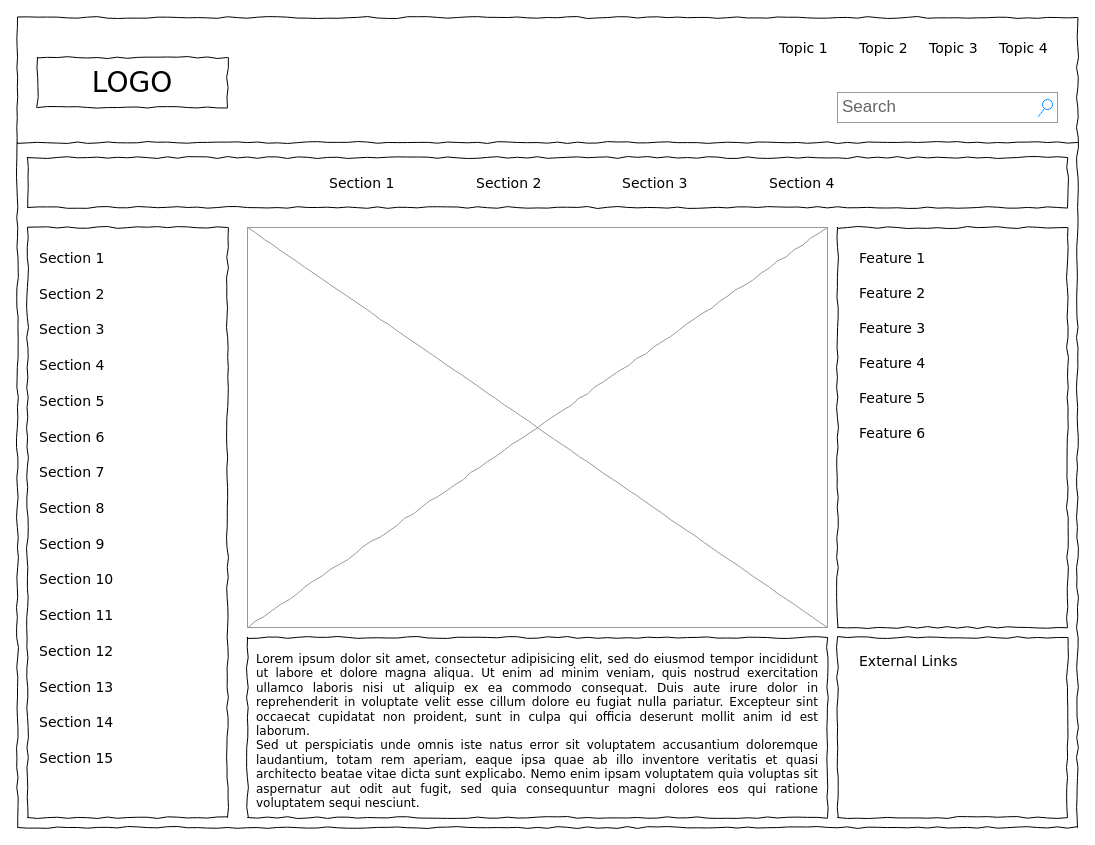
Earlier version of the draw.io diagram public/Untitled Diagram.drawio (jcannon04/code_playground). Source tidied: cells renumbered, new cells numbered last; positions are measured from the earlier drawing's top-left corner, leaving out a move shared by most shapes. Both pictures are drawn from the tidied source at 100%, with x=0, y=0 at pixel (17, 17).
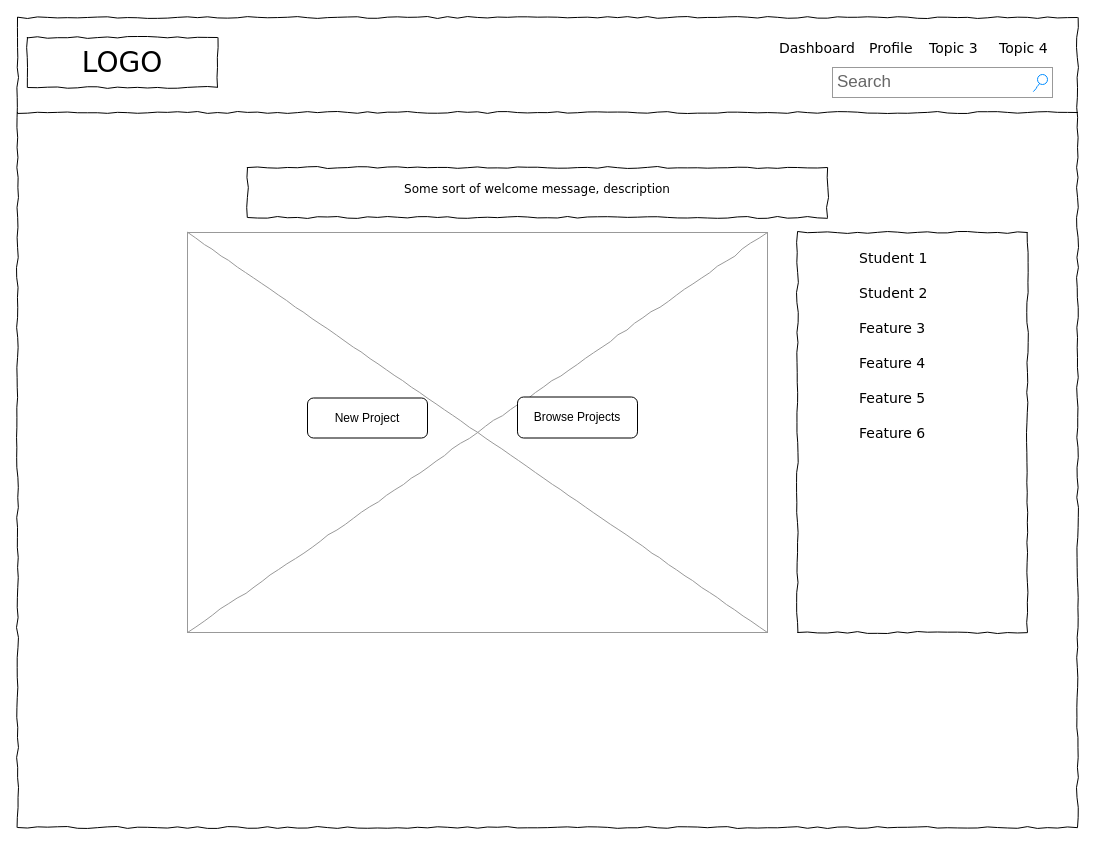
Above is the later version.

Diff of the diagram source:
```diff
@@
     <mxCell id="3" value="LOGO" style="whiteSpace=wrap;html=1;rounded=0;shadow=0;labelBackgroundColor=none;strokeWidth=1;fontFamily=Verdana;fontSize=28;align=center;comic=1;" parent="1" vertex="1">
-      <mxGeometry x="20" y="40" width="190" height="50" as="geometry" />
+      <mxGeometry x="10" y="20" width="190" height="50" as="geometry" />
     </mxCell>
     <mxCell id="4" value="Search" style="strokeWidth=1;shadow=0;dashed=0;align=center;html=1;shape=mxgraph.mockup.forms.searchBox;strokeColor=#999999;mainText=;strokeColor2=#008cff;fontColor=#666666;fontSize=17;align=left;spacingLeft=3;rounded=0;labelBackgroundColor=none;comic=1;" parent="1" vertex="1">
-      <mxGeometry x="820" y="75" width="220" height="30" as="geometry" />
+      <mxGeometry x="815" y="50" width="220" height="30" as="geometry" />
     </mxCell>
-    <mxCell id="5" value="Topic 1" style="text;html=1;align=left;verticalAlign=top;spacingTop=-4;fontSize=14;fontFamily=Verdana;" parent="1" vertex="1">
+    <mxCell id="5" value="Dashboard" style="text;html=1;align=left;verticalAlign=top;spacingTop=-4;fontSize=14;fontFamily=Verdana;" parent="1" vertex="1">
       <mxGeometry x="760" y="20" width="60" height="20" as="geometry" />
     </mxCell>
-    <mxCell id="6" value="Topic 2" style="text;html=1;align=left;verticalAlign=top;spacingTop=-4;fontSize=14;fontFamily=Verdana;" parent="1" vertex="1">
-      <mxGeometry x="840" y="20" width="60" height="20" as="geometry" />
+    <mxCell id="6" value="Profile" style="text;html=1;align=left;verticalAlign=top;spacingTop=-4;fontSize=14;fontFamily=Verdana;" parent="1" vertex="1">
+      <mxGeometry x="850" y="20" width="60" height="20" as="geometry" />
     </mxCell>
@@
-    <mxCell id="9" style="whiteSpace=wrap;html=1;rounded=0;shadow=0;labelBackgroundColor=none;strokeWidth=1;fillColor=none;fontFamily=Verdana;fontSize=12;align=center;comic=1;" parent="1" vertex="1">
-      <mxGeometry x="10" y="210" width="200" height="590" as="geometry" />
-    </mxCell>
     <mxCell id="10" style="line;strokeWidth=1;html=1;rounded=0;shadow=0;labelBackgroundColor=none;fillColor=none;fontFamily=Verdana;fontSize=14;fontColor=#000000;align=center;comic=1;" parent="1" vertex="1">
-      <mxGeometry y="120" width="1060" height="10" as="geometry" />
+      <mxGeometry y="60" width="1060" height="70" as="geometry" />
     </mxCell>
-    <mxCell id="11" style="whiteSpace=wrap;html=1;rounded=0;shadow=0;labelBackgroundColor=none;strokeWidth=1;fillColor=none;fontFamily=Verdana;fontSize=12;align=center;comic=1;" parent="1" vertex="1">
-      <mxGeometry x="10" y="140" width="1040" height="50" as="geometry" />
-    </mxCell>
-    <mxCell id="12" value="Section 1" style="text;html=1;align=left;verticalAlign=top;spacingTop=-4;fontSize=14;fontFamily=Verdana;" parent="1" vertex="1">
-      <mxGeometry x="310" y="155" width="60" height="20" as="geometry" />
-    </mxCell>
-    <mxCell id="13" value="Section 2" style="text;html=1;align=left;verticalAlign=top;spacingTop=-4;fontSize=14;fontFamily=Verdana;" parent="1" vertex="1">
-      <mxGeometry x="457" y="155" width="60" height="20" as="geometry" />
-    </mxCell>
-    <mxCell id="14" value="Section 3" style="text;html=1;align=left;verticalAlign=top;spacingTop=-4;fontSize=14;fontFamily=Verdana;" parent="1" vertex="1">
-      <mxGeometry x="603" y="155" width="60" height="20" as="geometry" />
-    </mxCell>
-    <mxCell id="15" value="Section 4" style="text;html=1;align=left;verticalAlign=top;spacingTop=-4;fontSize=14;fontFamily=Verdana;" parent="1" vertex="1">
-      <mxGeometry x="750" y="155" width="60" height="20" as="geometry" />
-    </mxCell>
-    <mxCell id="16" value="&lt;div style=&quot;text-align: justify&quot;&gt;&lt;span&gt;Lorem ipsum dolor sit amet, consectetur adipisicing elit, sed do eiusmod tempor incididunt ut labore et dolore magna aliqua. Ut enim ad minim veniam, quis nostrud exercitation ullamco laboris nisi ut aliquip ex ea commodo consequat. Duis aute irure dolor in reprehenderit in voluptate velit esse cillum dolore eu fugiat nulla pariatur. Excepteur sint occaecat cupidatat non proident, sunt in culpa qui officia deserunt mollit anim id est laborum.&lt;/span&gt;&lt;/div&gt;&lt;div style=&quot;text-align: justify&quot;&gt;&lt;span&gt;Sed ut perspiciatis unde omnis iste natus error sit voluptatem accusantium doloremque laudantium, totam rem aperiam, eaque ipsa quae ab illo inventore veritatis et quasi architecto beatae vitae dicta sunt explicabo. Nemo enim ipsam voluptatem quia voluptas sit aspernatur aut odit aut fugit, sed quia consequuntur magni dolores eos qui ratione voluptatem sequi nesciunt.&amp;nbsp;&lt;/span&gt;&lt;/div&gt;" style="whiteSpace=wrap;html=1;rounded=0;shadow=0;labelBackgroundColor=none;strokeWidth=1;fillColor=none;fontFamily=Verdana;fontSize=12;align=center;verticalAlign=top;spacing=10;comic=1;" parent="1" vertex="1">
-      <mxGeometry x="230" y="620" width="580" height="180" as="geometry" />
+    <mxCell id="16" value="&lt;div style=&quot;text-align: justify&quot;&gt;Some sort of welcome message, description&lt;/div&gt;" style="whiteSpace=wrap;html=1;rounded=0;shadow=0;labelBackgroundColor=none;strokeWidth=1;fillColor=none;fontFamily=Verdana;fontSize=12;align=center;verticalAlign=top;spacing=10;comic=1;" parent="1" vertex="1">
+      <mxGeometry x="230" y="150" width="580" height="50" as="geometry" />
     </mxCell>
     <mxCell id="17" style="verticalLabelPosition=bottom;shadow=0;dashed=0;align=center;html=1;verticalAlign=top;strokeWidth=1;shape=mxgraph.mockup.graphics.simpleIcon;strokeColor=#999999;rounded=0;labelBackgroundColor=none;fontFamily=Verdana;fontSize=14;fontColor=#000000;comic=1;" parent="1" vertex="1">
-      <mxGeometry x="230" y="210" width="580" height="400" as="geometry" />
+      <mxGeometry x="170" y="215" width="580" height="400" as="geometry" />
     </mxCell>
     <mxCell id="18" style="whiteSpace=wrap;html=1;rounded=0;shadow=0;labelBackgroundColor=none;strokeWidth=1;fillColor=none;fontFamily=Verdana;fontSize=12;align=center;comic=1;" parent="1" vertex="1">
-      <mxGeometry x="820" y="210" width="230" height="400" as="geometry" />
+      <mxGeometry x="780" y="215" width="230" height="400" as="geometry" />
     </mxCell>
-    <mxCell id="19" style="whiteSpace=wrap;html=1;rounded=0;shadow=0;labelBackgroundColor=none;strokeWidth=1;fillColor=none;fontFamily=Verdana;fontSize=12;align=center;comic=1;" parent="1" vertex="1">
-      <mxGeometry x="820" y="620" width="230" height="180" as="geometry" />
-    </mxCell>
-    <mxCell id="20" value="Section 1" style="text;html=1;align=left;verticalAlign=top;spacingTop=-4;fontSize=14;fontFamily=Verdana;" parent="1" vertex="1">
-      <mxGeometry x="20" y="230" width="170" height="20" as="geometry" />
-    </mxCell>
-    <mxCell id="21" value="Section 2" style="text;html=1;align=left;verticalAlign=top;spacingTop=-4;fontSize=14;fontFamily=Verdana;" parent="1" vertex="1">
-      <mxGeometry x="20" y="266" width="170" height="20" as="geometry" />
-    </mxCell>
-    <mxCell id="22" value="Section 3" style="text;html=1;align=left;verticalAlign=top;spacingTop=-4;fontSize=14;fontFamily=Verdana;" parent="1" vertex="1">
-      <mxGeometry x="20" y="301" width="170" height="20" as="geometry" />
-    </mxCell>
-    <mxCell id="23" value="Section 4" style="text;html=1;align=left;verticalAlign=top;spacingTop=-4;fontSize=14;fontFamily=Verdana;" parent="1" vertex="1">
-      <mxGeometry x="20" y="337" width="170" height="20" as="geometry" />
-    </mxCell>
-    <mxCell id="24" value="Section 7" style="text;html=1;align=left;verticalAlign=top;spacingTop=-4;fontSize=14;fontFamily=Verdana;" parent="1" vertex="1">
-      <mxGeometry x="20" y="444" width="170" height="20" as="geometry" />
-    </mxCell>
-    <mxCell id="25" value="Section 8" style="text;html=1;align=left;verticalAlign=top;spacingTop=-4;fontSize=14;fontFamily=Verdana;" parent="1" vertex="1">
-      <mxGeometry x="20" y="480" width="170" height="20" as="geometry" />
-    </mxCell>
-    <mxCell id="26" value="Section 9" style="text;html=1;align=left;verticalAlign=top;spacingTop=-4;fontSize=14;fontFamily=Verdana;" parent="1" vertex="1">
-      <mxGeometry x="20" y="516" width="170" height="20" as="geometry" />
-    </mxCell>
-    <mxCell id="27" value="Section 10" style="text;html=1;align=left;verticalAlign=top;spacingTop=-4;fontSize=14;fontFamily=Verdana;" parent="1" vertex="1">
-      <mxGeometry x="20" y="551" width="170" height="20" as="geometry" />
-    </mxCell>
-    <mxCell id="28" value="Section 11" style="text;html=1;align=left;verticalAlign=top;spacingTop=-4;fontSize=14;fontFamily=Verdana;" parent="1" vertex="1">
-      <mxGeometry x="20" y="587" width="170" height="20" as="geometry" />
-    </mxCell>
-    <mxCell id="29" value="Section 12" style="text;html=1;align=left;verticalAlign=top;spacingTop=-4;fontSize=14;fontFamily=Verdana;" parent="1" vertex="1">
-      <mxGeometry x="20" y="623" width="170" height="20" as="geometry" />
-    </mxCell>
-    <mxCell id="30" value="Section 13" style="text;html=1;align=left;verticalAlign=top;spacingTop=-4;fontSize=14;fontFamily=Verdana;" parent="1" vertex="1">
-      <mxGeometry x="20" y="659" width="170" height="20" as="geometry" />
-    </mxCell>
-    <mxCell id="31" value="Section 14" style="text;html=1;align=left;verticalAlign=top;spacingTop=-4;fontSize=14;fontFamily=Verdana;" parent="1" vertex="1">
-      <mxGeometry x="20" y="694" width="170" height="20" as="geometry" />
-    </mxCell>
-    <mxCell id="32" value="Section 5" style="text;html=1;align=left;verticalAlign=top;spacingTop=-4;fontSize=14;fontFamily=Verdana;" parent="1" vertex="1">
-      <mxGeometry x="20" y="373" width="170" height="20" as="geometry" />
-    </mxCell>
-    <mxCell id="33" value="Section 6" style="text;html=1;align=left;verticalAlign=top;spacingTop=-4;fontSize=14;fontFamily=Verdana;" parent="1" vertex="1">
-      <mxGeometry x="20" y="409" width="170" height="20" as="geometry" />
-    </mxCell>
-    <mxCell id="34" value="Section 15" style="text;html=1;align=left;verticalAlign=top;spacingTop=-4;fontSize=14;fontFamily=Verdana;" parent="1" vertex="1">
-      <mxGeometry x="20" y="730" width="170" height="20" as="geometry" />
-    </mxCell>
-    <mxCell id="35" value="External Links" style="text;html=1;align=left;verticalAlign=top;spacingTop=-4;fontSize=14;fontFamily=Verdana;" parent="1" vertex="1">
-      <mxGeometry x="840" y="633" width="170" height="20" as="geometry" />
-    </mxCell>
-    <mxCell id="36" value="Feature 1" style="text;html=1;align=left;verticalAlign=top;spacingTop=-4;fontSize=14;fontFamily=Verdana;" parent="1" vertex="1">
+    <mxCell id="36" value="Student 1" style="text;html=1;align=left;verticalAlign=top;spacingTop=-4;fontSize=14;fontFamily=Verdana;" parent="1" vertex="1">
       <mxGeometry x="840" y="230" width="170" height="20" as="geometry" />
     </mxCell>
-    <mxCell id="37" value="Feature 2" style="text;html=1;align=left;verticalAlign=top;spacingTop=-4;fontSize=14;fontFamily=Verdana;" parent="1" vertex="1">
+    <mxCell id="37" value="Student 2" style="text;html=1;align=left;verticalAlign=top;spacingTop=-4;fontSize=14;fontFamily=Verdana;" parent="1" vertex="1">
       <mxGeometry x="840" y="265" width="170" height="20" as="geometry" />
     </mxCell>
@@
+    <mxCell id="42" value="New Project" style="rounded=1;whiteSpace=wrap;html=1;" parent="1" vertex="1">
+      <mxGeometry x="290" y="380.5" width="120" height="40" as="geometry" />
+    </mxCell>
+    <mxCell id="43" value="Browse Projects" style="rounded=1;whiteSpace=wrap;html=1;" parent="1" vertex="1">
+      <mxGeometry x="500" y="379.5" width="120" height="41" as="geometry" />
+    </mxCell>
```
